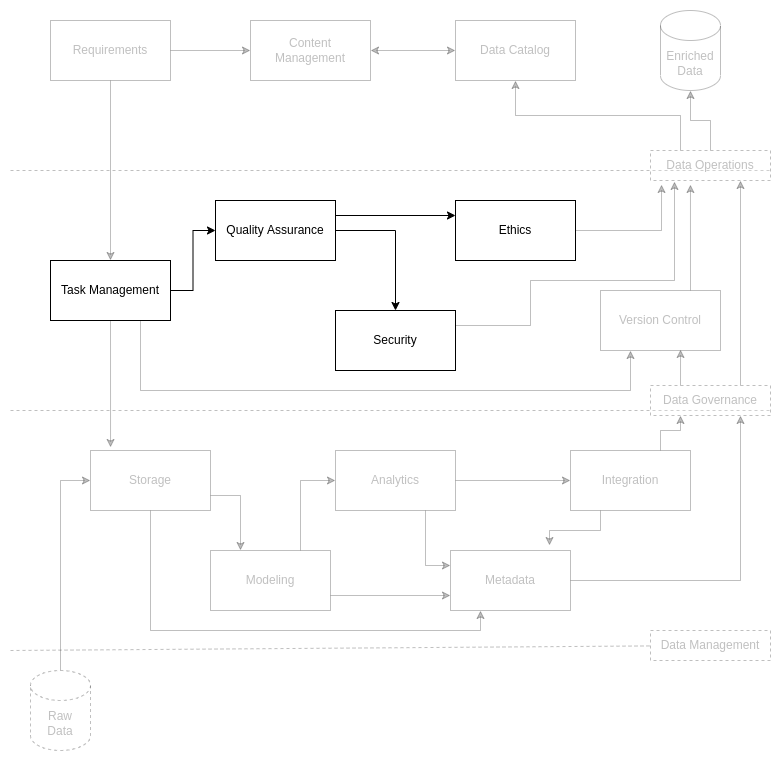
The draw.io diagram docs/source/static/images/do_overview_qa.png in CertusGroup/ciutshi, before a commit. Source tidied: cells renumbered, new cells last; positions are measured from the earlier drawing's top-left corner, leaving out a move shared by most shapes.
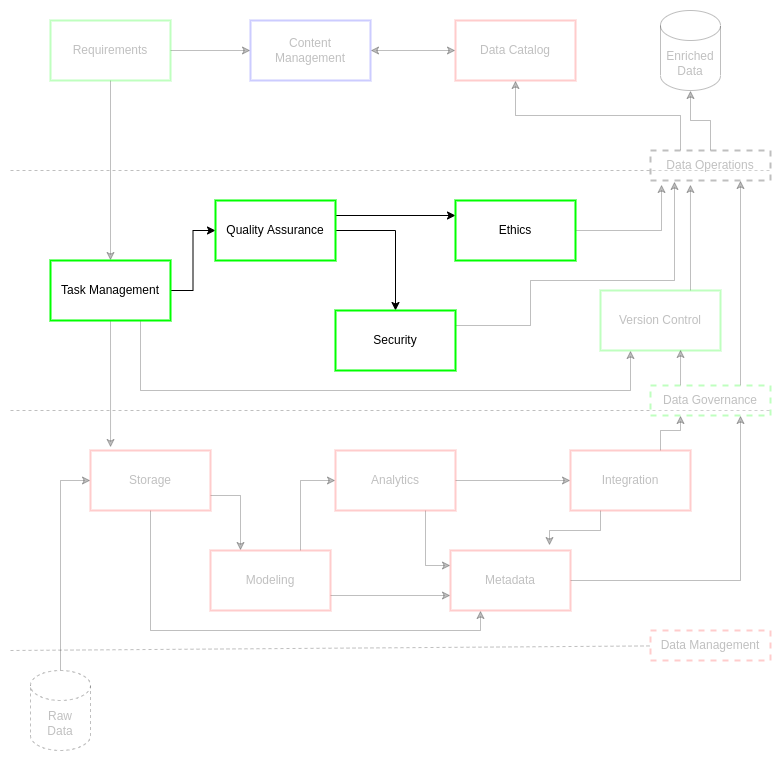
After the commit.

The edit, as a diff of the source:
```diff
@@ -20,7 +20,7 @@
     <mxCell id="5" style="edgeStyle=orthogonalEdgeStyle;rounded=0;jettySize=auto;html=1;exitX=0.5;exitY=1;exitDx=0;exitDy=0;entryX=0.25;entryY=1;entryDx=0;entryDy=0;opacity=25;textOpacity=25;" parent="1" edge="1" source="6" target="14">
       <mxGeometry relative="1" as="geometry" />
     </mxCell>
-    <mxCell id="6" value="Storage" style="rounded=0;whiteSpace=wrap;html=1;opacity=25;textOpacity=25;" parent="1" vertex="1">
+    <mxCell id="6" value="Storage" style="rounded=0;whiteSpace=wrap;html=1;strokeWidth=2;strokeColor=#FF3333;opacity=25;textOpacity=25;" parent="1" vertex="1">
       <mxGeometry x="80" y="440" width="120" height="60" as="geometry" />
     </mxCell>
     <mxCell id="7" style="edgeStyle=orthogonalEdgeStyle;rounded=0;jettySize=auto;html=1;exitX=0.75;exitY=0;exitDx=0;exitDy=0;entryX=0;entryY=0.5;entryDx=0;entryDy=0;opacity=25;textOpacity=25;" parent="1" edge="1" source="9" target="12">
@@ -29,7 +29,7 @@
     <mxCell id="8" style="edgeStyle=orthogonalEdgeStyle;rounded=0;jettySize=auto;html=1;exitX=1;exitY=0.75;exitDx=0;exitDy=0;entryX=0;entryY=0.75;entryDx=0;entryDy=0;opacity=25;textOpacity=25;" parent="1" edge="1" source="9" target="14">
       <mxGeometry relative="1" as="geometry" />
     </mxCell>
-    <mxCell id="9" value="Modeling" style="rounded=0;whiteSpace=wrap;html=1;opacity=25;textOpacity=25;" parent="1" vertex="1">
+    <mxCell id="9" value="Modeling" style="rounded=0;whiteSpace=wrap;html=1;strokeWidth=2;strokeColor=#FF3333;opacity=25;textOpacity=25;" parent="1" vertex="1">
       <mxGeometry x="200" y="540" width="120" height="60" as="geometry" />
     </mxCell>
     <mxCell id="10" style="edgeStyle=orthogonalEdgeStyle;rounded=0;jettySize=auto;html=1;exitX=1;exitY=0.5;exitDx=0;exitDy=0;entryX=0;entryY=0.5;entryDx=0;entryDy=0;opacity=25;textOpacity=25;" parent="1" edge="1" source="12" target="17">
@@ -38,13 +38,13 @@
     <mxCell id="11" style="edgeStyle=orthogonalEdgeStyle;rounded=0;jettySize=auto;html=1;exitX=0.75;exitY=1;exitDx=0;exitDy=0;entryX=0;entryY=0.25;entryDx=0;entryDy=0;opacity=25;textOpacity=25;" parent="1" edge="1" source="12" target="14">
       <mxGeometry relative="1" as="geometry" />
     </mxCell>
-    <mxCell id="12" value="Analytics" style="rounded=0;whiteSpace=wrap;html=1;opacity=25;textOpacity=25;" parent="1" vertex="1">
+    <mxCell id="12" value="Analytics" style="rounded=0;whiteSpace=wrap;html=1;strokeWidth=2;strokeColor=#FF3333;opacity=25;textOpacity=25;" parent="1" vertex="1">
       <mxGeometry x="325" y="440" width="120" height="60" as="geometry" />
     </mxCell>
     <mxCell id="13" style="edgeStyle=orthogonalEdgeStyle;rounded=0;jettySize=auto;html=1;exitX=1;exitY=0.5;exitDx=0;exitDy=0;entryX=0.75;entryY=1;entryDx=0;entryDy=0;opacity=25;textOpacity=25;" parent="1" edge="1" source="14" target="38">
       <mxGeometry relative="1" as="geometry" />
     </mxCell>
-    <mxCell id="14" value="Metadata" style="rounded=0;whiteSpace=wrap;html=1;opacity=25;textOpacity=25;" parent="1" vertex="1">
+    <mxCell id="14" value="Metadata" style="rounded=0;whiteSpace=wrap;html=1;strokeWidth=2;strokeColor=#FF3333;opacity=25;textOpacity=25;" parent="1" vertex="1">
       <mxGeometry x="440" y="540" width="120" height="60" as="geometry" />
     </mxCell>
     <mxCell id="15" style="edgeStyle=orthogonalEdgeStyle;rounded=0;jettySize=auto;html=1;exitX=0.25;exitY=1;exitDx=0;exitDy=0;entryX=0.825;entryY=-0.083;entryDx=0;entryDy=0;entryPerimeter=0;opacity=25;textOpacity=25;" parent="1" edge="1" source="17" target="14">
@@ -53,10 +53,10 @@
     <mxCell id="16" style="edgeStyle=orthogonalEdgeStyle;rounded=0;jettySize=auto;html=1;exitX=0.75;exitY=0;exitDx=0;exitDy=0;entryX=0.25;entryY=1;entryDx=0;entryDy=0;opacity=25;textOpacity=25;" parent="1" edge="1" source="17" target="38">
       <mxGeometry relative="1" as="geometry" />
     </mxCell>
-    <mxCell id="17" value="Integration" style="rounded=0;whiteSpace=wrap;html=1;opacity=25;textOpacity=25;" parent="1" vertex="1">
+    <mxCell id="17" value="Integration" style="rounded=0;whiteSpace=wrap;html=1;strokeWidth=2;strokeColor=#FF3333;opacity=25;textOpacity=25;" parent="1" vertex="1">
       <mxGeometry x="560" y="440" width="120" height="60" as="geometry" />
     </mxCell>
-    <mxCell id="18" value="Data Catalog&lt;br&gt;" style="rounded=0;whiteSpace=wrap;html=1;opacity=25;textOpacity=25;" parent="1" vertex="1">
+    <mxCell id="18" value="Data Catalog&lt;br&gt;" style="rounded=0;whiteSpace=wrap;html=1;strokeWidth=2;strokeColor=#FF3333;opacity=25;textOpacity=25;" parent="1" vertex="1">
       <mxGeometry x="445" y="10" width="120" height="60" as="geometry" />
     </mxCell>
     <mxCell id="19" style="edgeStyle=orthogonalEdgeStyle;rounded=0;jettySize=auto;html=1;exitX=0.5;exitY=1;exitDx=0;exitDy=0;entryX=0.5;entryY=0;entryDx=0;entryDy=0;opacity=25;textOpacity=25;" parent="1" edge="1" source="21" target="25">
@@ -65,7 +65,7 @@
     <mxCell id="20" style="edgeStyle=orthogonalEdgeStyle;rounded=0;jettySize=auto;html=1;exitX=1;exitY=0.5;exitDx=0;exitDy=0;entryX=0;entryY=0.5;entryDx=0;entryDy=0;opacity=25;textOpacity=25;" parent="1" edge="1" source="21" target="48">
       <mxGeometry relative="1" as="geometry" />
     </mxCell>
-    <mxCell id="21" value="Requirements" style="rounded=0;whiteSpace=wrap;html=1;opacity=25;textOpacity=25;" parent="1" vertex="1">
+    <mxCell id="21" value="Requirements" style="rounded=0;whiteSpace=wrap;html=1;strokeColor=#00FF00;strokeWidth=2;opacity=25;textOpacity=25;" parent="1" vertex="1">
       <mxGeometry x="40" y="10" width="120" height="60" as="geometry" />
     </mxCell>
     <mxCell id="22" style="edgeStyle=orthogonalEdgeStyle;rounded=0;jettySize=auto;html=1;exitX=1;exitY=0.5;exitDx=0;exitDy=0;entryX=0;entryY=0.5;entryDx=0;entryDy=0;" parent="1" edge="1" source="25" target="28">
@@ -82,7 +82,7 @@
     <mxCell id="24" style="edgeStyle=orthogonalEdgeStyle;rounded=0;jettySize=auto;html=1;exitX=0.5;exitY=1;exitDx=0;exitDy=0;entryX=0.167;entryY=-0.05;entryDx=0;entryDy=0;entryPerimeter=0;opacity=25;textOpacity=25;" parent="1" edge="1" source="25" target="6">
       <mxGeometry relative="1" as="geometry" />
     </mxCell>
-    <mxCell id="25" value="Task Management" style="rounded=0;whiteSpace=wrap;html=1;" parent="1" vertex="1">
+    <mxCell id="25" value="Task Management" style="rounded=0;whiteSpace=wrap;html=1;strokeColor=#00FF00;strokeWidth=2;" parent="1" vertex="1">
       <mxGeometry x="40" y="250" width="120" height="60" as="geometry" />
     </mxCell>
     <mxCell id="26" style="edgeStyle=orthogonalEdgeStyle;rounded=0;jettySize=auto;html=1;exitX=1;exitY=0.5;exitDx=0;exitDy=0;entryX=0.5;entryY=0;entryDx=0;entryDy=0;" parent="1" edge="1" source="28" target="30">
@@ -91,7 +91,7 @@
     <mxCell id="27" style="edgeStyle=orthogonalEdgeStyle;rounded=0;jettySize=auto;html=1;exitX=1;exitY=0.25;exitDx=0;exitDy=0;entryX=0;entryY=0.25;entryDx=0;entryDy=0;" parent="1" edge="1" source="28" target="34">
       <mxGeometry relative="1" as="geometry" />
     </mxCell>
-    <mxCell id="28" value="Quality Assurance" style="rounded=0;whiteSpace=wrap;html=1;" parent="1" vertex="1">
+    <mxCell id="28" value="Quality Assurance" style="rounded=0;whiteSpace=wrap;html=1;strokeColor=#00FF00;strokeWidth=2;" parent="1" vertex="1">
       <mxGeometry x="205" y="190" width="120" height="60" as="geometry" />
     </mxCell>
     <mxCell id="29" style="edgeStyle=orthogonalEdgeStyle;rounded=0;jettySize=auto;html=1;exitX=1;exitY=0.25;exitDx=0;exitDy=0;entryX=0.2;entryY=1.033;entryDx=0;entryDy=0;entryPerimeter=0;opacity=25;textOpacity=25;" parent="1" edge="1" source="30" target="41">
@@ -103,19 +103,19 @@
         </Array>
       </mxGeometry>
     </mxCell>
-    <mxCell id="30" value="Security" style="rounded=0;whiteSpace=wrap;html=1;" parent="1" vertex="1">
+    <mxCell id="30" value="Security" style="rounded=0;whiteSpace=wrap;html=1;strokeColor=#00FF00;strokeWidth=2;" parent="1" vertex="1">
       <mxGeometry x="325" y="300" width="120" height="60" as="geometry" />
     </mxCell>
     <mxCell id="31" style="edgeStyle=orthogonalEdgeStyle;rounded=0;jettySize=auto;html=1;exitX=0.75;exitY=0;exitDx=0;exitDy=0;entryX=0.333;entryY=1.133;entryDx=0;entryDy=0;entryPerimeter=0;opacity=25;textOpacity=25;" parent="1" edge="1" source="32" target="41">
       <mxGeometry relative="1" as="geometry" />
     </mxCell>
-    <mxCell id="32" value="Version Control" style="rounded=0;whiteSpace=wrap;html=1;opacity=25;textOpacity=25;" parent="1" vertex="1">
+    <mxCell id="32" value="Version Control" style="rounded=0;whiteSpace=wrap;html=1;strokeColor=#00FF00;strokeWidth=2;opacity=25;textOpacity=25;" parent="1" vertex="1">
       <mxGeometry x="590" y="280" width="120" height="60" as="geometry" />
     </mxCell>
     <mxCell id="33" style="edgeStyle=orthogonalEdgeStyle;rounded=0;jettySize=auto;html=1;exitX=1;exitY=0.5;exitDx=0;exitDy=0;entryX=0.092;entryY=1.133;entryDx=0;entryDy=0;entryPerimeter=0;opacity=25;textOpacity=25;" parent="1" edge="1" source="34" target="41">
       <mxGeometry relative="1" as="geometry" />
     </mxCell>
-    <mxCell id="34" value="Ethics" style="rounded=0;whiteSpace=wrap;html=1;" parent="1" vertex="1">
+    <mxCell id="34" value="Ethics" style="rounded=0;whiteSpace=wrap;html=1;strokeColor=#00FF00;strokeWidth=2;" parent="1" vertex="1">
       <mxGeometry x="445" y="190" width="120" height="60" as="geometry" />
     </mxCell>
     <mxCell id="35" style="endArrow=none;dashed=1;html=1;rounded=0;startArrow=none;opacity=25;textOpacity=25;" parent="1" edge="1" source="45">
@@ -129,7 +129,7 @@
     <mxCell id="37" style="edgeStyle=orthogonalEdgeStyle;rounded=0;jettySize=auto;html=1;exitX=0.75;exitY=0;exitDx=0;exitDy=0;entryX=0.75;entryY=1;entryDx=0;entryDy=0;opacity=25;textOpacity=25;" parent="1" edge="1" source="38" target="41">
       <mxGeometry relative="1" as="geometry" />
     </mxCell>
-    <mxCell id="38" value="Data Governance" style="rounded=0;whiteSpace=wrap;html=1;dashed=1;opacity=25;textOpacity=25;" parent="1" vertex="1">
+    <mxCell id="38" value="Data Governance" style="rounded=0;whiteSpace=wrap;html=1;dashed=1;strokeColor=#00FF00;strokeWidth=2;opacity=25;textOpacity=25;" parent="1" vertex="1">
       <mxGeometry x="640" y="375" width="120" height="30" as="geometry" />
     </mxCell>
     <mxCell id="39" style="edgeStyle=orthogonalEdgeStyle;rounded=0;jettySize=auto;html=1;exitX=0.5;exitY=0;exitDx=0;exitDy=0;entryX=0.5;entryY=1;entryDx=0;entryDy=0;entryPerimeter=0;opacity=25;textOpacity=25;" parent="1" edge="1" source="41" target="44">
@@ -138,7 +138,7 @@
     <mxCell id="40" style="edgeStyle=orthogonalEdgeStyle;rounded=0;jettySize=auto;html=1;exitX=0.25;exitY=0;exitDx=0;exitDy=0;entryX=0.5;entryY=1;entryDx=0;entryDy=0;opacity=25;textOpacity=25;" parent="1" edge="1" source="41" target="18">
       <mxGeometry relative="1" as="geometry" />
     </mxCell>
-    <mxCell id="41" value="Data Operations" style="rounded=0;whiteSpace=wrap;html=1;dashed=1;opacity=25;textOpacity=25;" parent="1" vertex="1">
+    <mxCell id="41" value="Data Operations" style="rounded=0;whiteSpace=wrap;html=1;dashed=1;strokeWidth=2;opacity=25;textOpacity=25;" parent="1" vertex="1">
       <mxGeometry x="640" y="140" width="120" height="30" as="geometry" />
     </mxCell>
     <mxCell id="42" style="edgeStyle=orthogonalEdgeStyle;rounded=0;jettySize=auto;html=1;exitX=0.5;exitY=0;exitDx=0;exitDy=0;exitPerimeter=0;entryX=0;entryY=0.5;entryDx=0;entryDy=0;opacity=25;textOpacity=25;" parent="1" edge="1" source="43" target="6">
@@ -150,7 +150,7 @@
     <mxCell id="44" value="Enriched&lt;br&gt;Data" style="shape=cylinder3;whiteSpace=wrap;html=1;boundedLbl=1;backgroundOutline=1;size=15;opacity=25;textOpacity=25;" parent="1" vertex="1">
       <mxGeometry x="650" width="60" height="80" as="geometry" />
     </mxCell>
-    <mxCell id="45" value="Data Management&lt;br&gt;" style="rounded=0;whiteSpace=wrap;html=1;dashed=1;opacity=25;textOpacity=25;" parent="1" vertex="1">
+    <mxCell id="45" value="Data Management&lt;br&gt;" style="rounded=0;whiteSpace=wrap;html=1;dashed=1;strokeWidth=2;strokeColor=#FF3333;opacity=25;textOpacity=25;" parent="1" vertex="1">
       <mxGeometry x="640" y="620" width="120" height="30" as="geometry" />
     </mxCell>
     <mxCell id="46" style="endArrow=none;dashed=1;html=1;rounded=0;opacity=25;textOpacity=25;" parent="1" edge="1" target="45">
@@ -161,7 +161,7 @@
     <mxCell id="47" style="edgeStyle=orthogonalEdgeStyle;rounded=0;jettySize=auto;html=1;exitX=1;exitY=0.5;exitDx=0;exitDy=0;entryX=0;entryY=0.5;entryDx=0;entryDy=0;startArrow=classic;startFill=1;opacity=25;textOpacity=25;" parent="1" edge="1" source="48" target="18">
       <mxGeometry relative="1" as="geometry" />
     </mxCell>
-    <mxCell id="48" value="Content&lt;br&gt;Management" style="rounded=0;whiteSpace=wrap;html=1;opacity=25;textOpacity=25;" parent="1" vertex="1">
+    <mxCell id="48" value="Content&lt;br&gt;Management" style="rounded=0;whiteSpace=wrap;html=1;strokeColor=#3333FF;strokeWidth=2;opacity=25;textOpacity=25;" parent="1" vertex="1">
       <mxGeometry x="240" y="10" width="120" height="60" as="geometry" />
     </mxCell>
   </root>
```
